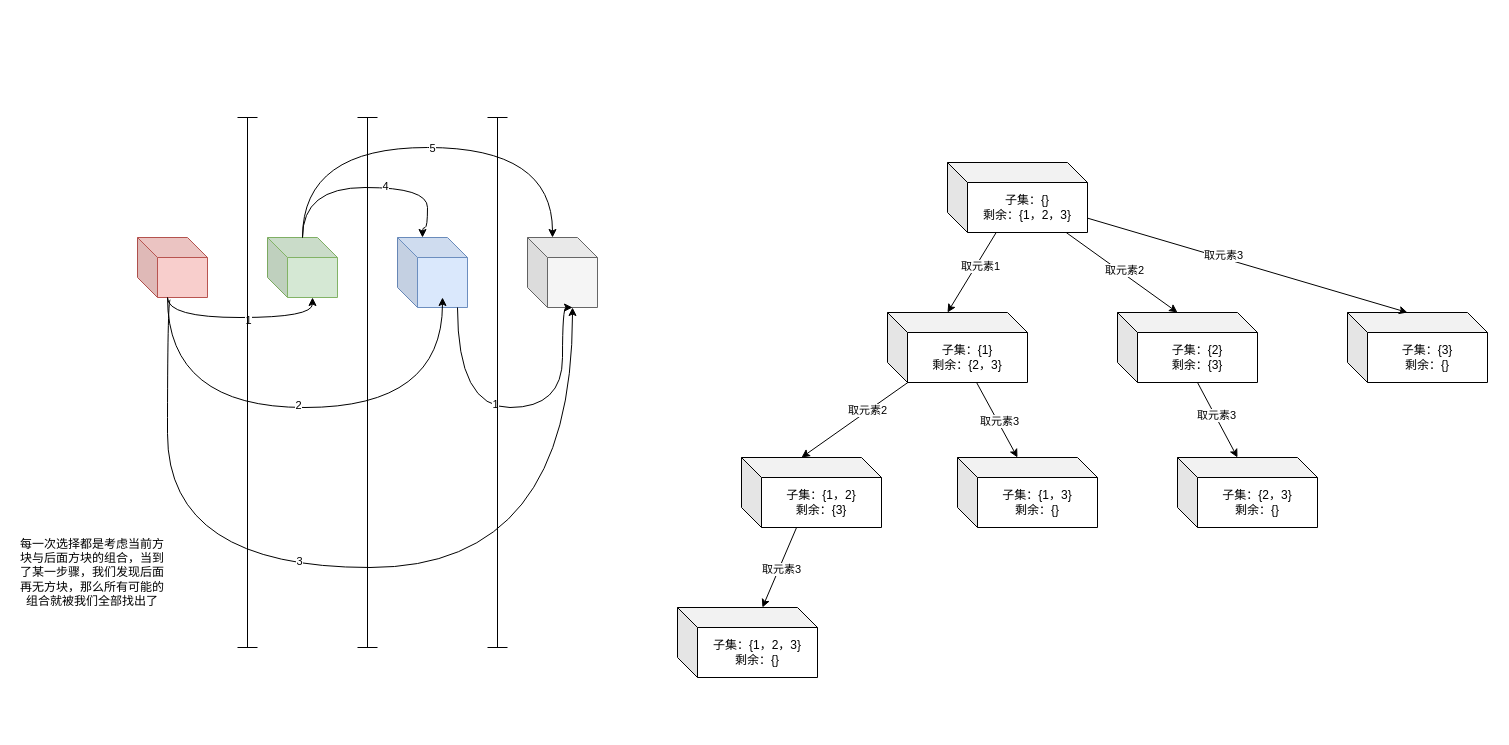
177-Liukuan/MyPicture keeps this draw.io diagram as 子集问题.drawio. Above is the earlier version. Source tidied: cells renumbered, new cells numbered last; positions are measured from the earlier drawing's top-left corner, leaving out a move shared by most shapes. Both pictures are drawn from the tidied source at 100%, with x=0, y=0 at pixel (17, 117).
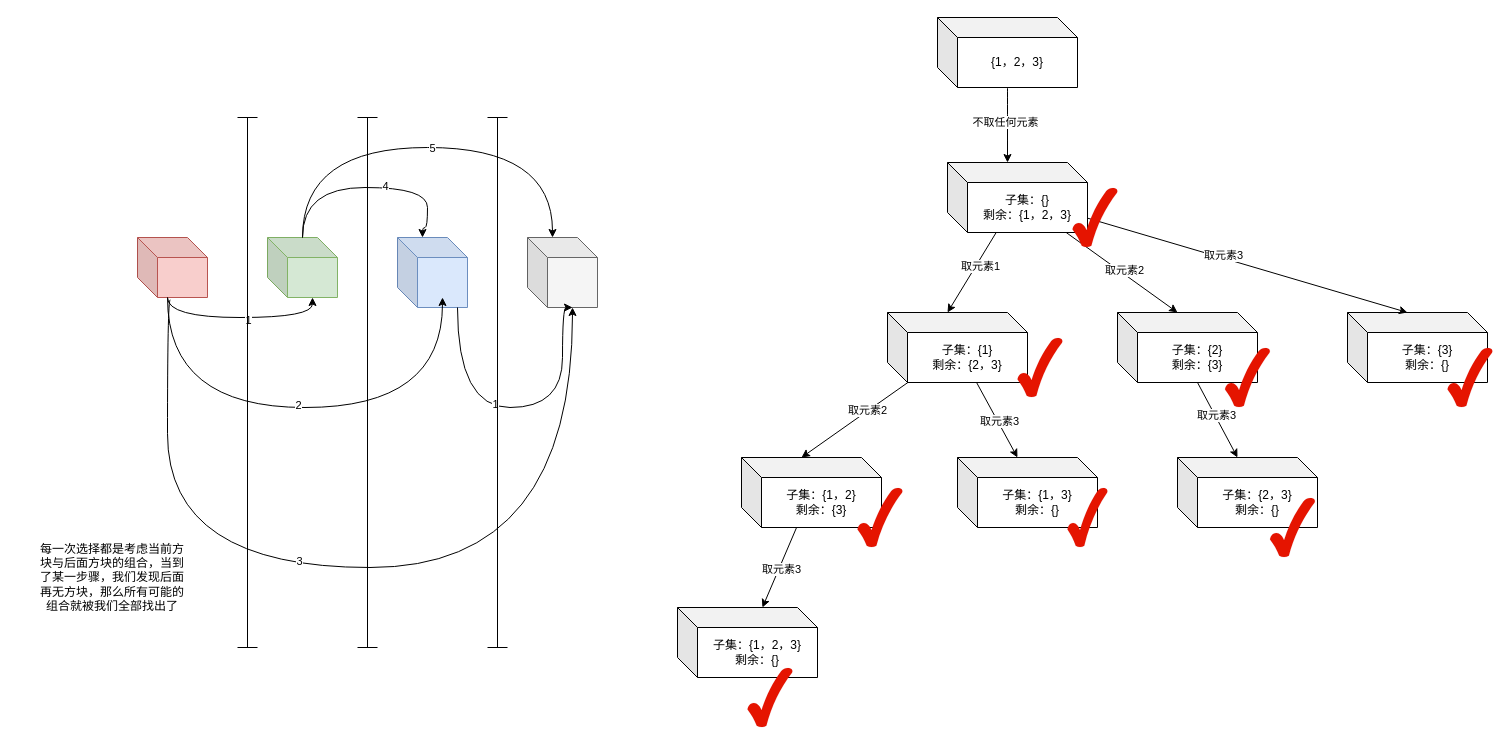
The same page after the edit.

Commit message:
更新子集问题.drawio

Unchanged cells that the change refers to:
```xml
<mxCell id="2" value="子集：{&lt;span style=&quot;background-color: initial;&quot;&gt;}&lt;/span&gt;&lt;br&gt;剩余：{1，2，3}" style="shape=cube;whiteSpace=wrap;html=1;boundedLbl=1;backgroundOutline=1;darkOpacity=0.05;darkOpacity2=0.1;" parent="1" vertex="1">
  <mxGeometry x="930" y="45" width="140" height="70" as="geometry" />
</mxCell>
```

The edit, as a diff of the source:
```diff
@@
     <mxCell id="33" value="每一次选择都是考虑当前方块与后面方块的组合，当到了某一步骤，我们发现后面再无方块，那么所有可能的组合就被我们全部找出了" style="text;html=1;strokeColor=none;fillColor=none;align=center;verticalAlign=middle;whiteSpace=wrap;rounded=0;" parent="1" vertex="1">
-      <mxGeometry y="440" width="150" height="30" as="geometry" />
+      <mxGeometry x="20" y="420" width="150" height="80" as="geometry" />
     </mxCell>
@@
+    <mxCell id="44" style="verticalLabelPosition=bottom;verticalAlign=top;html=1;shape=mxgraph.basic.tick;fillColor=#e51400;strokeColor=#B20000;fontColor=#ffffff;strokeWidth=0;fontSize=8;" parent="1" vertex="1">
+      <mxGeometry x="730" y="550" width="45" height="60" as="geometry" />
+    </mxCell>
+    <mxCell id="45" style="verticalLabelPosition=bottom;verticalAlign=top;html=1;shape=mxgraph.basic.tick;fillColor=#e51400;strokeColor=#B20000;fontColor=#ffffff;strokeWidth=0;fontSize=8;" parent="1" vertex="1">
+      <mxGeometry x="840" y="370" width="45" height="60" as="geometry" />
+    </mxCell>
+    <mxCell id="46" style="verticalLabelPosition=bottom;verticalAlign=top;html=1;shape=mxgraph.basic.tick;fillColor=#e51400;strokeColor=#B20000;fontColor=#ffffff;strokeWidth=0;fontSize=8;" parent="1" vertex="1">
+      <mxGeometry x="1000" y="220" width="45" height="60" as="geometry" />
+    </mxCell>
+    <mxCell id="47" style="verticalLabelPosition=bottom;verticalAlign=top;html=1;shape=mxgraph.basic.tick;fillColor=#e51400;strokeColor=#B20000;fontColor=#ffffff;strokeWidth=0;fontSize=8;" parent="1" vertex="1">
+      <mxGeometry x="1430" y="230" width="45" height="60" as="geometry" />
+    </mxCell>
+    <mxCell id="48" style="verticalLabelPosition=bottom;verticalAlign=top;html=1;shape=mxgraph.basic.tick;fillColor=#e51400;strokeColor=#B20000;fontColor=#ffffff;strokeWidth=0;fontSize=8;" parent="1" vertex="1">
+      <mxGeometry x="1207.5" y="230" width="45" height="60" as="geometry" />
+    </mxCell>
+    <mxCell id="49" style="verticalLabelPosition=bottom;verticalAlign=top;html=1;shape=mxgraph.basic.tick;fillColor=#e51400;strokeColor=#B20000;fontColor=#ffffff;strokeWidth=0;fontSize=8;" parent="1" vertex="1">
+      <mxGeometry x="1050" y="370" width="40" height="60" as="geometry" />
+    </mxCell>
+    <mxCell id="50" style="verticalLabelPosition=bottom;verticalAlign=top;html=1;shape=mxgraph.basic.tick;fillColor=#e51400;strokeColor=#B20000;fontColor=#ffffff;strokeWidth=0;fontSize=8;" parent="1" vertex="1">
+      <mxGeometry x="1252.5" y="380" width="45" height="60" as="geometry" />
+    </mxCell>
+    <mxCell id="51" value="{1，2，3}" style="shape=cube;whiteSpace=wrap;html=1;boundedLbl=1;backgroundOutline=1;darkOpacity=0.05;darkOpacity2=0.1;" parent="1" vertex="1">
+      <mxGeometry x="920" y="-100" width="140" height="70" as="geometry" />
+    </mxCell>
+    <mxCell id="52" style="edgeStyle=orthogonalEdgeStyle;curved=1;rounded=0;jettySize=auto;html=1;entryX=0;entryY=0;entryDx=60;entryDy=0;entryPerimeter=0;" parent="1" edge="1" source="51" target="2">
+      <mxGeometry relative="1" as="geometry" />
+    </mxCell>
+    <mxCell id="53" value="不取任何元素" style="edgeLabel;html=1;align=center;verticalAlign=middle;" parent="52" vertex="1">
+      <mxGeometry x="-0.1" y="-3" relative="1" as="geometry" />
+    </mxCell>
+    <mxCell id="54" style="verticalLabelPosition=bottom;verticalAlign=top;html=1;shape=mxgraph.basic.tick;fillColor=#e51400;strokeColor=#B20000;fontColor=#ffffff;strokeWidth=0;fontSize=8;" parent="1" vertex="1">
+      <mxGeometry x="1055" y="70" width="45" height="60" as="geometry" />
+    </mxCell>
```
